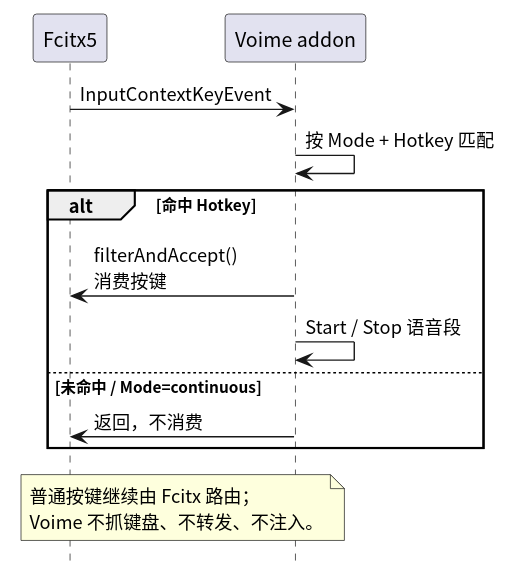
The PlantUML diagram frontends/fcitx/diagram/fcitx-key.svg in 54m43lJ/voime, before a commit. Source of this version:
```plantuml
@startuml
skinparam defaultFontName "Noto Sans CJK SC"
skinparam shadowing false
hide footbox

participant "Fcitx5" as Fcitx
participant "Voime addon" as Addon

Fcitx -> Addon : InputContextKeyEvent
Addon -> Addon : 按 Mode + Hotkey 匹配

alt 命中 Hotkey
  Addon -> Fcitx : filterAndAccept()\n消费按键
  Addon -> Addon : Start / Stop 语音段
else 未命中 / Mode=continuous
  Addon -> Fcitx : 返回，不消费
end

note over Fcitx, Addon
  普通按键继续由 Fcitx 路由；
  Voime 不抓键盘、不转发、不注入。
end note
@enduml
```
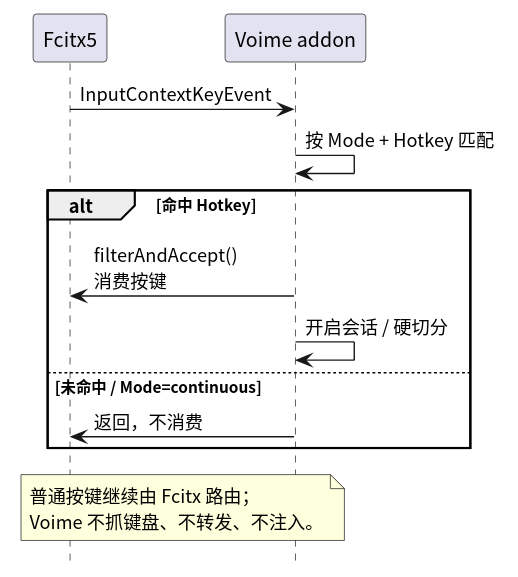
After the commit.

What changed in the source:
```diff
@@ -11,7 +11,7 @@
 
 alt 命中 Hotkey
   Addon -> Fcitx : filterAndAccept()\n消费按键
-  Addon -> Addon : Start / Stop 语音段
+  Addon -> Addon : 开启会话 / 硬切分
 else 未命中 / Mode=continuous
   Addon -> Fcitx : 返回，不消费
 end
```
